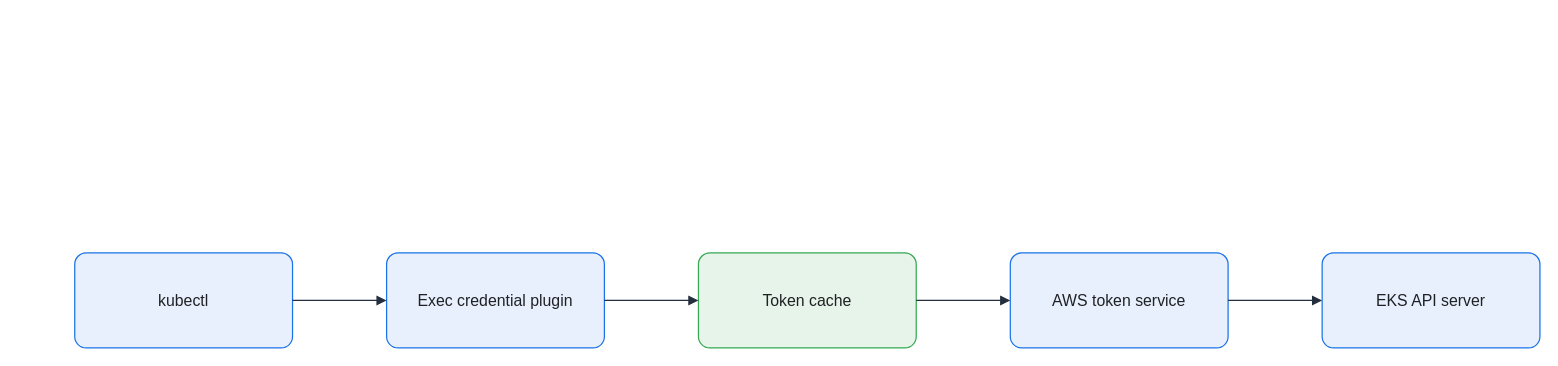
This is assets/img/aws/eks-token-cache-flow.drawio from KKamJi98/kkamji98.github.io, a draw.io file, before an edit. Source tidied: cells renumbered, new cells numbered last; positions are measured from the earlier drawing's top-left corner, leaving out a move shared by most shapes. Both pictures are drawn from the tidied source at 99%, with x=0, y=0 at pixel (74, 252).
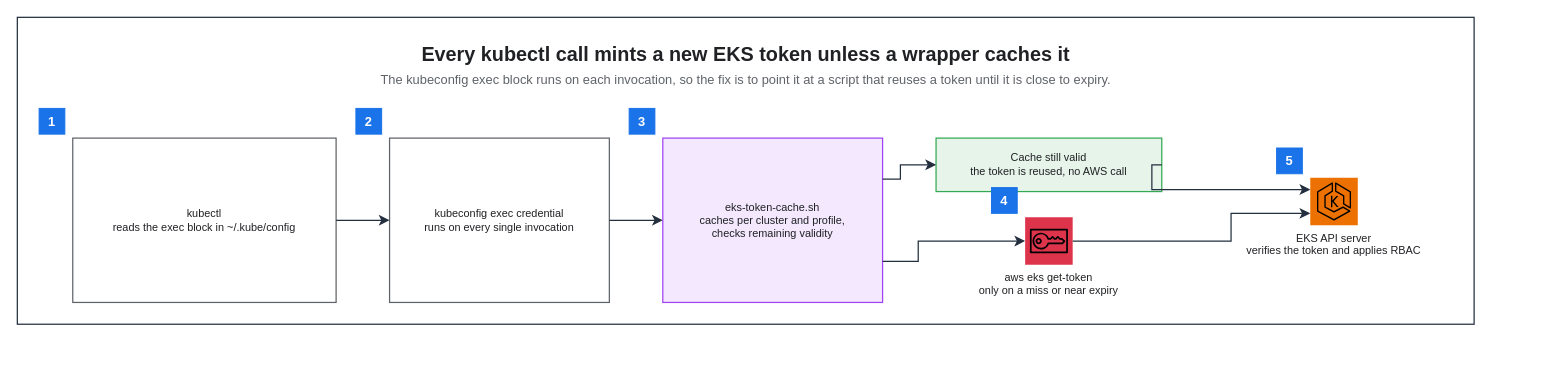
After the change.

What changed in the source:
```diff
@@
-    <mxCell id="2" value="kubectl" style="rounded=1;arcSize=12;whiteSpace=wrap;html=0;fillColor=#E8F0FE;strokeColor=#1A73E8;strokeWidth=1.25;fontColor=#202124;fontSize=16;align=center;verticalAlign=middle;spacing=8;shadow=0;" parent="1" vertex="1">
-      <mxGeometry width="220" height="96" as="geometry" />
-    </mxCell>
-    <mxCell id="3" value="Exec credential plugin" style="rounded=1;arcSize=12;whiteSpace=wrap;html=0;fillColor=#E8F0FE;strokeColor=#1A73E8;strokeWidth=1.25;fontColor=#202124;fontSize=16;align=center;verticalAlign=middle;spacing=8;shadow=0;" parent="1" vertex="1">
-      <mxGeometry x="315" width="220" height="96" as="geometry" />
-    </mxCell>
-    <mxCell id="4" value="Token cache" style="rounded=1;arcSize=12;whiteSpace=wrap;html=0;fillColor=#E6F4EA;strokeColor=#34A853;strokeWidth=1.25;fontColor=#202124;fontSize=16;align=center;verticalAlign=middle;spacing=8;shadow=0;" parent="1" vertex="1">
-      <mxGeometry x="630" width="220" height="96" as="geometry" />
-    </mxCell>
-    <mxCell id="5" value="AWS token service" style="rounded=1;arcSize=12;whiteSpace=wrap;html=0;fillColor=#E8F0FE;strokeColor=#1A73E8;strokeWidth=1.25;fontColor=#202124;fontSize=16;align=center;verticalAlign=middle;spacing=8;shadow=0;" parent="1" vertex="1">
-      <mxGeometry x="945" width="220" height="96" as="geometry" />
-    </mxCell>
-    <mxCell id="6" value="EKS API server" style="rounded=1;arcSize=12;whiteSpace=wrap;html=0;fillColor=#E8F0FE;strokeColor=#1A73E8;strokeWidth=1.25;fontColor=#202124;fontSize=16;align=center;verticalAlign=middle;spacing=8;shadow=0;" parent="1" vertex="1">
-      <mxGeometry x="1260" width="220" height="96" as="geometry" />
-    </mxCell>
-    <mxCell id="7" style="edgeStyle=orthogonalEdgeStyle;rounded=0;jettySize=auto;html=0;endArrow=block;endFill=1;strokeColor=#232F3E;strokeWidth=1.25;fontColor=#202124;labelBackgroundColor=none;exitX=1;exitY=0.5;exitDx=0;exitDy=0;entryX=0;entryY=0.5;entryDx=0;entryDy=0;endSize=7;" parent="1" edge="1" source="2" target="3">
-      <mxGeometry relative="1" as="geometry" />
-    </mxCell>
-    <mxCell id="8" style="edgeStyle=orthogonalEdgeStyle;rounded=0;jettySize=auto;html=0;endArrow=block;endFill=1;strokeColor=#232F3E;strokeWidth=1.25;fontColor=#202124;labelBackgroundColor=none;exitX=1;exitY=0.5;exitDx=0;exitDy=0;entryX=0;entryY=0.5;entryDx=0;entryDy=0;endSize=7;" parent="1" edge="1" source="3" target="4">
-      <mxGeometry relative="1" as="geometry" />
-    </mxCell>
-    <mxCell id="9" style="edgeStyle=orthogonalEdgeStyle;rounded=0;jettySize=auto;html=0;endArrow=block;endFill=1;strokeColor=#232F3E;strokeWidth=1.25;fontColor=#202124;labelBackgroundColor=none;exitX=1;exitY=0.5;exitDx=0;exitDy=0;entryX=0;entryY=0.5;entryDx=0;entryDy=0;endSize=7;" parent="1" edge="1" source="4" target="5">
-      <mxGeometry relative="1" as="geometry" />
-    </mxCell>
-    <mxCell id="10" style="edgeStyle=orthogonalEdgeStyle;rounded=0;jettySize=auto;html=0;endArrow=block;endFill=1;strokeColor=#232F3E;strokeWidth=1.25;fontColor=#202124;labelBackgroundColor=none;exitX=1;exitY=0.5;exitDx=0;exitDy=0;entryX=0;entryY=0.5;entryDx=0;entryDy=0;endSize=7;" parent="1" edge="1" source="5" target="6">
-      <mxGeometry relative="1" as="geometry" />
-    </mxCell>
+    <mxCell id="11" style="rounded=0;html=0;fillColor=none;strokeColor=#232F3E;fontColor=#202124;strokeWidth=1.25;" parent="1" vertex="1">
+      <mxGeometry x="-58" y="-238" width="1471.5" height="310" as="geometry" />
+    </mxCell>
+    <mxCell id="12" value="Every kubectl call mints a new EKS token unless a wrapper caches it" style="text;html=0;whiteSpace=wrap;fillColor=none;strokeColor=none;fontColor=#202124;fontSize=20;fontStyle=1;align=center;verticalAlign=middle;" parent="1" vertex="1">
+      <mxGeometry x="-36" y="-216" width="1427.5" height="30" as="geometry" />
+    </mxCell>
+    <mxCell id="13" value="The kubeconfig exec block runs on each invocation, so the fix is to point it at a script that reuses a token until it is close to expiry." style="text;html=0;whiteSpace=wrap;fillColor=none;strokeColor=none;fontColor=#5F6368;fontSize=13;fontStyle=0;align=center;verticalAlign=middle;" parent="1" vertex="1">
+      <mxGeometry x="-36" y="-186" width="1427.5" height="22" as="geometry" />
+    </mxCell>
+    <mxCell id="14" value="kubectl&#10;reads the exec block in ~/.kube/config" style="rounded=0;whiteSpace=wrap;html=0;fillColor=#FFFFFF;strokeColor=#5F6368;fontColor=#202124;fontSize=11;fontStyle=0;align=center;verticalAlign=middle;spacingLeft=6;spacingRight=6;strokeWidth=1.25;" parent="1" vertex="1">
+      <mxGeometry x="-2" y="-116" width="266" height="166" as="geometry" />
+    </mxCell>
+    <mxCell id="15" value="kubeconfig exec credential&#10;runs on every single invocation" style="rounded=0;whiteSpace=wrap;html=0;fillColor=#FFFFFF;strokeColor=#5F6368;fontColor=#202124;fontSize=11;fontStyle=0;align=center;verticalAlign=middle;spacingLeft=6;spacingRight=6;strokeWidth=1.25;" parent="1" vertex="1">
+      <mxGeometry x="318" y="-116" width="222" height="166" as="geometry" />
+    </mxCell>
+    <mxCell id="16" value="eks-token-cache.sh&#10;caches per cluster and profile,&#10;checks remaining validity" style="rounded=0;whiteSpace=wrap;html=0;fillColor=#F3E8FD;strokeColor=#A142F4;fontColor=#202124;fontSize=11;fontStyle=0;align=center;verticalAlign=middle;spacingLeft=6;spacingRight=6;strokeWidth=1.25;" parent="1" vertex="1">
+      <mxGeometry x="594" y="-116" width="222" height="166" as="geometry" />
+    </mxCell>
+    <mxCell id="17" value="Cache still valid&#10;the token is reused, no AWS call" style="rounded=0;whiteSpace=wrap;html=0;fillColor=#E6F4EA;strokeColor=#34A853;fontColor=#202124;fontSize=11;fontStyle=0;align=center;verticalAlign=middle;spacingLeft=6;spacingRight=6;strokeWidth=1.25;" parent="1" vertex="1">
+      <mxGeometry x="870" y="-116" width="228" height="54" as="geometry" />
+    </mxCell>
+    <mxCell id="18" value="aws eks get-token&#10;only on a miss or near expiry" style="sketch=0;outlineConnect=0;gradientColor=none;html=0;whiteSpace=nowrap;fontSize=11;fontStyle=0;fontColor=#202124;verticalLabelPosition=bottom;verticalAlign=top;align=center;labelBackgroundColor=none;fillColor=#DD344C;strokeColor=none;dashed=0;shape=mxgraph.aws4.resourceIcon;resIcon=mxgraph.aws4.sts;" parent="1" vertex="1">
+      <mxGeometry x="960" y="-36" width="48" height="48" as="geometry" />
+    </mxCell>
+    <mxCell id="19" value="EKS API server&#10;verifies the token and applies RBAC" style="sketch=0;outlineConnect=0;gradientColor=none;html=0;whiteSpace=nowrap;fontSize=11;fontStyle=0;fontColor=#202124;verticalLabelPosition=bottom;verticalAlign=top;align=center;labelBackgroundColor=none;fillColor=#ED7100;strokeColor=none;dashed=0;shape=mxgraph.aws4.resourceIcon;resIcon=mxgraph.aws4.eks;" parent="1" vertex="1">
+      <mxGeometry x="1248" y="-76" width="48" height="48" as="geometry" />
+    </mxCell>
+    <mxCell id="20" value="1" style="rounded=0;whiteSpace=wrap;html=0;fillColor=#1A73E8;strokeColor=#1A73E8;fontColor=#FFFFFF;fontSize=13;fontStyle=1;align=center;verticalAlign=middle;" parent="1" vertex="1">
+      <mxGeometry x="-36" y="-146" width="26" height="26" as="geometry" />
+    </mxCell>
+    <mxCell id="21" value="2" style="rounded=0;whiteSpace=wrap;html=0;fillColor=#1A73E8;strokeColor=#1A73E8;fontColor=#FFFFFF;fontSize=13;fontStyle=1;align=center;verticalAlign=middle;" parent="1" vertex="1">
+      <mxGeometry x="284" y="-146" width="26" height="26" as="geometry" />
+    </mxCell>
+    <mxCell id="22" value="3" style="rounded=0;whiteSpace=wrap;html=0;fillColor=#1A73E8;strokeColor=#1A73E8;fontColor=#FFFFFF;fontSize=13;fontStyle=1;align=center;verticalAlign=middle;" parent="1" vertex="1">
+      <mxGeometry x="560" y="-146" width="26" height="26" as="geometry" />
+    </mxCell>
+    <mxCell id="23" value="4" style="rounded=0;whiteSpace=wrap;html=0;fillColor=#1A73E8;strokeColor=#1A73E8;fontColor=#FFFFFF;fontSize=13;fontStyle=1;align=center;verticalAlign=middle;" parent="1" vertex="1">
+      <mxGeometry x="926" y="-66" width="26" height="26" as="geometry" />
+    </mxCell>
+    <mxCell id="24" value="5" style="rounded=0;whiteSpace=wrap;html=0;fillColor=#1A73E8;strokeColor=#1A73E8;fontColor=#FFFFFF;fontSize=13;fontStyle=1;align=center;verticalAlign=middle;" parent="1" vertex="1">
+      <mxGeometry x="1214" y="-106" width="26" height="26" as="geometry" />
+    </mxCell>
+    <mxCell id="25" style="edgeStyle=orthogonalEdgeStyle;rounded=0;html=0;strokeColor=#232F3E;strokeWidth=1.25;endArrow=classic;endFill=1;endSize=7;fontSize=11;fontColor=#202124;labelBackgroundColor=none;jettySize=14;exitX=1;exitY=0.5;entryX=0;entryY=0.5;exitDx=0;exitDy=0;entryDx=0;entryDy=0;" parent="1" edge="1" source="14" target="15">
+      <mxGeometry relative="1" as="geometry" />
+    </mxCell>
+    <mxCell id="26" style="edgeStyle=orthogonalEdgeStyle;rounded=0;html=0;strokeColor=#232F3E;strokeWidth=1.25;endArrow=classic;endFill=1;endSize=7;fontSize=11;fontColor=#202124;labelBackgroundColor=none;jettySize=14;exitX=1;exitY=0.5;entryX=0;entryY=0.5;exitDx=0;exitDy=0;entryDx=0;entryDy=0;" parent="1" edge="1" source="15" target="16">
+      <mxGeometry relative="1" as="geometry" />
+    </mxCell>
+    <mxCell id="27" style="edgeStyle=orthogonalEdgeStyle;rounded=0;html=0;strokeColor=#232F3E;strokeWidth=1.25;endArrow=classic;endFill=1;endSize=7;fontSize=11;fontColor=#202124;labelBackgroundColor=none;jettySize=14;exitX=1;exitY=0.25;entryX=0;entryY=0.5;exitDx=0;exitDy=0;entryDx=0;entryDy=0;" parent="1" edge="1" source="16" target="17">
+      <mxGeometry relative="1" as="geometry">
+        <Array as="points">
+          <mxPoint x="834" y="-74.5" />
+          <mxPoint x="834" y="-89" />
+        </Array>
+      </mxGeometry>
+    </mxCell>
+    <mxCell id="28" style="edgeStyle=orthogonalEdgeStyle;rounded=0;html=0;strokeColor=#232F3E;strokeWidth=1.25;endArrow=classic;endFill=1;endSize=7;fontSize=11;fontColor=#202124;labelBackgroundColor=none;jettySize=14;exitX=1;exitY=0.75;entryX=0;entryY=0.5;exitDx=0;exitDy=0;entryDx=0;entryDy=0;" parent="1" edge="1" source="16" target="18">
+      <mxGeometry relative="1" as="geometry">
+        <Array as="points">
+          <mxPoint x="852" y="8.5" />
+          <mxPoint x="852" y="-12" />
+        </Array>
+      </mxGeometry>
+    </mxCell>
+    <mxCell id="29" style="edgeStyle=orthogonalEdgeStyle;rounded=0;html=0;strokeColor=#232F3E;strokeWidth=1.25;endArrow=classic;endFill=1;endSize=7;fontSize=11;fontColor=#202124;labelBackgroundColor=none;jettySize=14;exitX=1;exitY=0.5;entryX=0;entryY=0.25;exitDx=0;exitDy=0;entryDx=0;entryDy=0;" parent="1" edge="1" source="17" target="19">
+      <mxGeometry relative="1" as="geometry">
+        <Array as="points">
+          <mxPoint x="1088" y="-89" />
+          <mxPoint x="1088" y="-64" />
+        </Array>
+      </mxGeometry>
+    </mxCell>
+    <mxCell id="30" style="edgeStyle=orthogonalEdgeStyle;rounded=0;html=0;strokeColor=#232F3E;strokeWidth=1.25;endArrow=classic;endFill=1;endSize=7;fontSize=11;fontColor=#202124;labelBackgroundColor=none;jettySize=14;exitX=1;exitY=0.5;entryX=0;entryY=0.75;exitDx=0;exitDy=0;entryDx=0;entryDy=0;" parent="1" edge="1" source="18" target="19">
+      <mxGeometry relative="1" as="geometry">
+        <Array as="points">
+          <mxPoint x="1168" y="-12" />
+          <mxPoint x="1168" y="-40" />
+        </Array>
+      </mxGeometry>
+    </mxCell>
```
